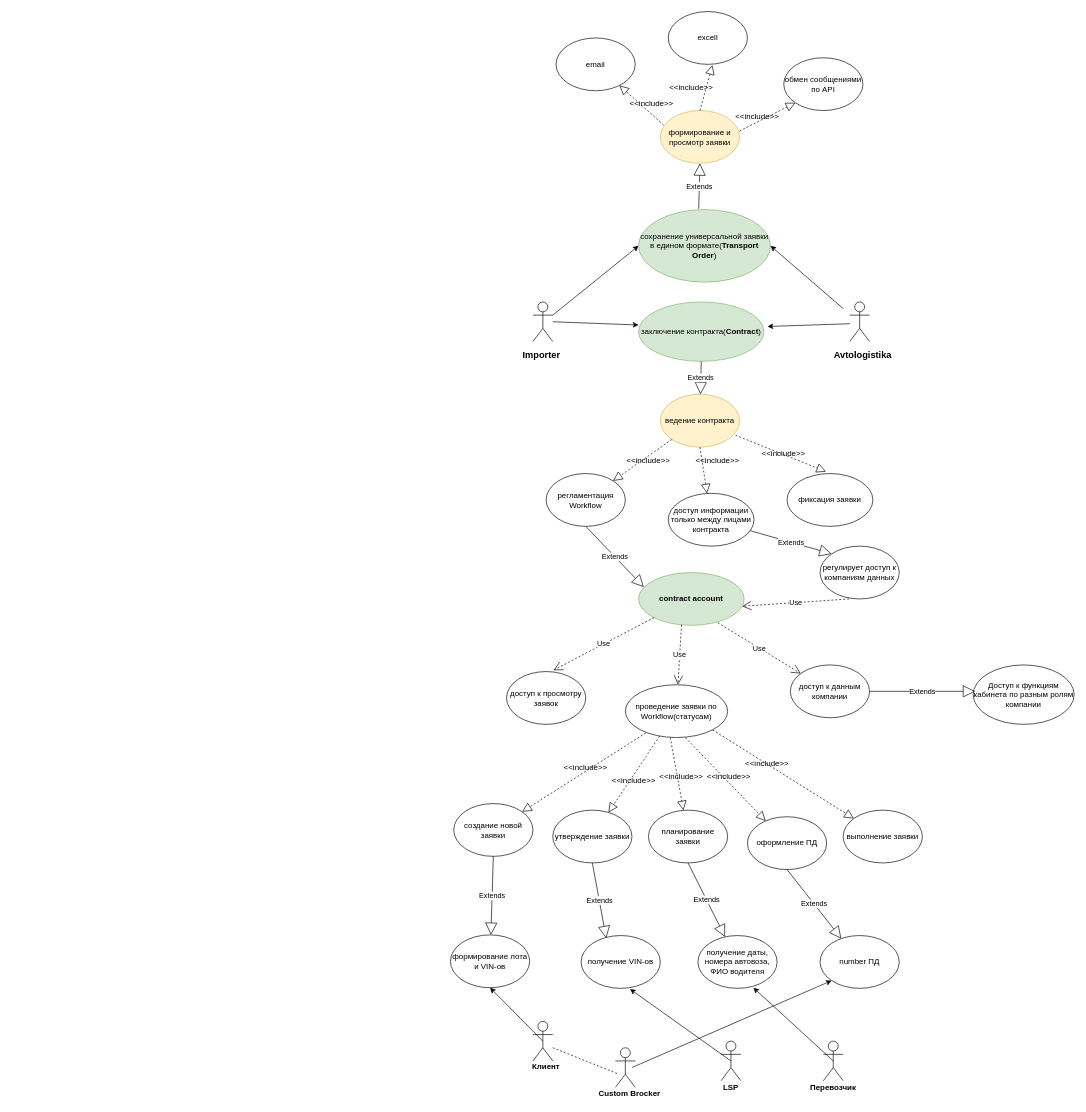
annastazi02/diagrams keeps this draw.io diagram as module diagram.drawio. Above is the earlier version. Source tidied: cells renumbered, new cells numbered last; positions are measured from the earlier drawing's top-left corner, leaving out a move shared by most shapes. Both pictures are drawn from the tidied source at 66%, with x=0, y=0 at pixel (450, 11).
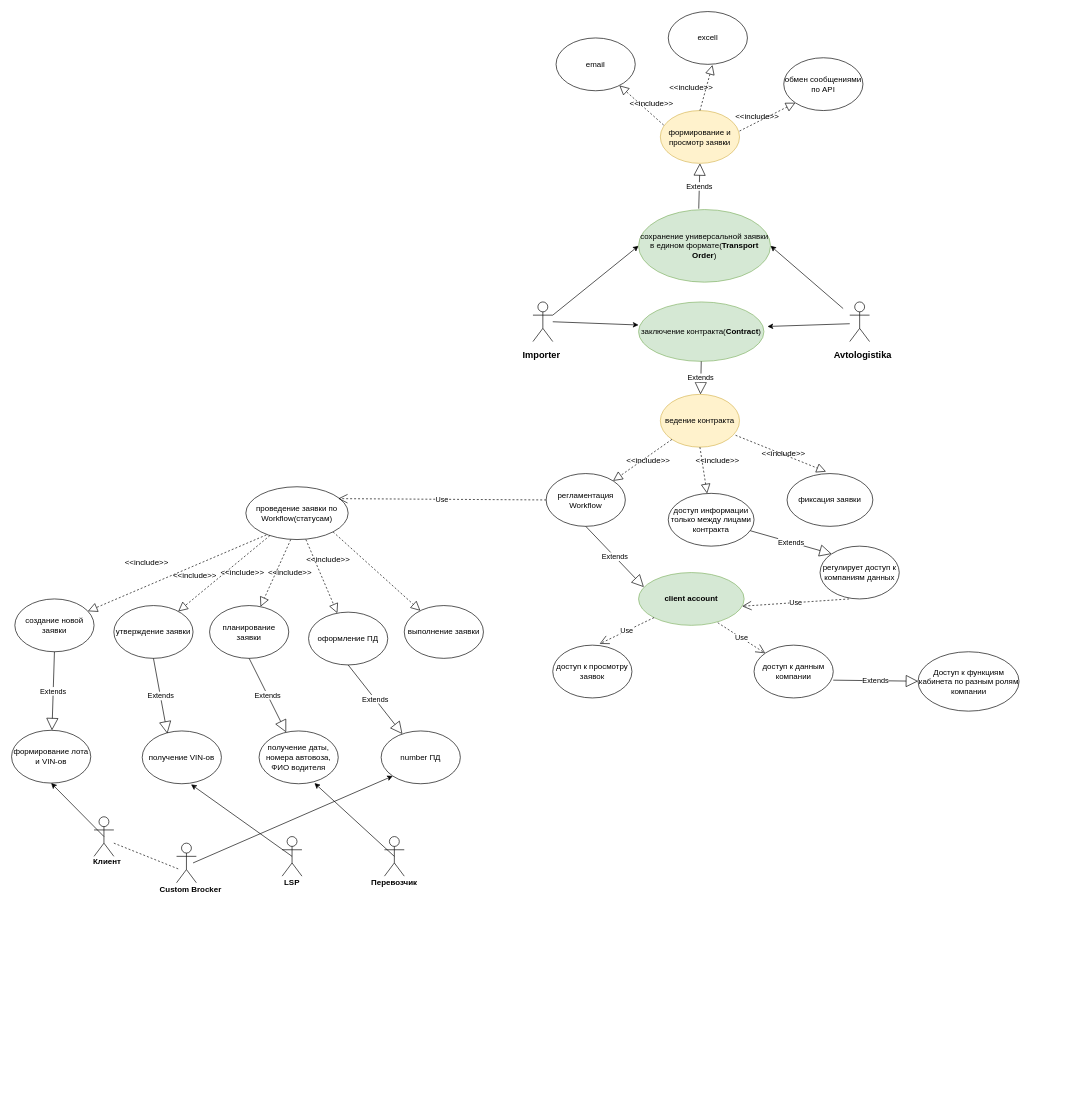
The same diagram, later.

Unchanged cells that the change refers to:
```xml
<mxCell id="10" value="регламентация Workflow" style="ellipse;whiteSpace=wrap;html=1;" parent="1" vertex="1">
  <mxGeometry x="145" y="700" width="120" height="80" as="geometry" />
</mxCell>
```

Change to the diagram source:
```diff
@@
-    <mxCell id="24" value="&lt;b&gt;&lt;font style=&quot;font-size: 12px&quot;&gt;contract account&lt;/font&gt;&lt;/b&gt;" style="ellipse;whiteSpace=wrap;html=1;fillColor=#d5e8d4;strokeColor=#82b366;" parent="1" vertex="1">
+    <mxCell id="24" value="&lt;b&gt;&lt;font style=&quot;font-size: 12px&quot;&gt;client account&lt;/font&gt;&lt;/b&gt;" style="ellipse;whiteSpace=wrap;html=1;fillColor=#d5e8d4;strokeColor=#82b366;" parent="1" vertex="1">
       <mxGeometry x="285" y="850" width="160" height="80" as="geometry" />
     </mxCell>
     <mxCell id="25" value="&lt;span style=&quot;white-space: normal&quot;&gt;проведение заявки по Workflow(статусам)&lt;/span&gt;" style="ellipse;whiteSpace=wrap;html=1;" parent="1" vertex="1">
-      <mxGeometry x="265" y="1020" width="155" height="80" as="geometry" />
+      <mxGeometry x="-310" y="720" width="155" height="80" as="geometry" />
     </mxCell>
@@
     <mxCell id="28" value="доступ к данным компании" style="ellipse;whiteSpace=wrap;html=1;" parent="1" vertex="1">
-      <mxGeometry x="515" y="990" width="120" height="80" as="geometry" />
+      <mxGeometry x="460" y="960" width="120" height="80" as="geometry" />
     </mxCell>
     <mxCell id="29" value="доступ к просмотру заявок" style="ellipse;whiteSpace=wrap;html=1;" parent="1" vertex="1">
-      <mxGeometry x="85" y="1000" width="120" height="80" as="geometry" />
+      <mxGeometry x="155" y="960" width="120" height="80" as="geometry" />
     </mxCell>
@@
-    <mxCell id="32" value="Use" style="endArrow=open;endSize=12;dashed=1;html=1;exitX=0.407;exitY=0.988;exitDx=0;exitDy=0;exitPerimeter=0;" parent="1" edge="1" source="24" target="25">
+    <mxCell id="32" value="Use" style="endArrow=open;endSize=12;dashed=1;html=1;exitX=0;exitY=0.5;exitDx=0;exitDy=0;entryX=0.903;entryY=0.225;entryDx=0;entryDy=0;entryPerimeter=0;" parent="1" edge="1" source="10" target="25">
       <mxGeometry relative="1" as="geometry" />
     </mxCell>
@@
     <mxCell id="40" value="&lt;span style=&quot;white-space: normal&quot;&gt;Доступ к функциям кабинета по разным ролям компании&lt;/span&gt;" style="ellipse;whiteSpace=wrap;html=1;" parent="1" vertex="1">
-      <mxGeometry x="792" y="990" width="153" height="90" as="geometry" />
+      <mxGeometry x="708.5" y="970" width="153" height="90" as="geometry" />
     </mxCell>
-    <mxCell id="41" value="Extends" style="endArrow=block;endSize=16;endFill=0;html=1;" parent="1" edge="1">
-      <mxGeometry relative="1" as="geometry">
-        <mxPoint x="635" y="1030" as="sourcePoint" />
-        <mxPoint x="795" y="1030" as="targetPoint" />
-      </mxGeometry>
+    <mxCell id="41" value="Extends" style="endArrow=block;endSize=16;endFill=0;html=1;exitX=1;exitY=0.663;exitDx=0;exitDy=0;exitPerimeter=0;" parent="1" edge="1" source="28" target="40">
+      <mxGeometry relative="1" as="geometry" />
     </mxCell>
     <mxCell id="42" value="планирование заявки" style="ellipse;whiteSpace=wrap;html=1;" parent="1" vertex="1">
-      <mxGeometry x="300" y="1210" width="120" height="80" as="geometry" />
+      <mxGeometry x="-365" y="900" width="120" height="80" as="geometry" />
     </mxCell>
     <mxCell id="43" value="утверждение заявки" style="ellipse;whiteSpace=wrap;html=1;" parent="1" vertex="1">
-      <mxGeometry x="155" y="1210" width="120" height="80" as="geometry" />
+      <mxGeometry x="-510" y="900" width="120" height="80" as="geometry" />
     </mxCell>
     <mxCell id="44" value="оформление ПД" style="ellipse;whiteSpace=wrap;html=1;" parent="1" vertex="1">
-      <mxGeometry x="450" y="1220" width="120" height="80" as="geometry" />
+      <mxGeometry x="-215" y="910" width="120" height="80" as="geometry" />
     </mxCell>
     <mxCell id="45" value="создание новой заявки" style="ellipse;whiteSpace=wrap;html=1;" parent="1" vertex="1">
-      <mxGeometry x="5" y="1200" width="120" height="80" as="geometry" />
+      <mxGeometry x="-660" y="890" width="120" height="80" as="geometry" />
     </mxCell>
     <mxCell id="46" value="выполнение заявки" style="ellipse;whiteSpace=wrap;html=1;" parent="1" vertex="1">
-      <mxGeometry x="595" y="1210" width="120" height="80" as="geometry" />
+      <mxGeometry x="-70" y="900" width="120" height="80" as="geometry" />
     </mxCell>
@@
     <mxCell id="48" value="Actor" style="shape=umlActor;verticalLabelPosition=bottom;labelBackgroundColor=#ffffff;verticalAlign=top;html=1;noLabel=1;" parent="1" vertex="1">
-      <mxGeometry x="125" y="1530" width="30" height="60" as="geometry" />
+      <mxGeometry x="-540" y="1220" width="30" height="60" as="geometry" />
     </mxCell>
     <mxCell id="49" value="Actor" style="shape=umlActor;verticalLabelPosition=bottom;labelBackgroundColor=#ffffff;verticalAlign=top;html=1;noLabel=1;" parent="1" vertex="1">
-      <mxGeometry x="410" y="1560" width="30" height="60" as="geometry" />
+      <mxGeometry x="-255" y="1250" width="30" height="60" as="geometry" />
     </mxCell>
     <mxCell id="50" value="Actor" style="shape=umlActor;verticalLabelPosition=bottom;labelBackgroundColor=#ffffff;verticalAlign=top;html=1;noLabel=1;" parent="1" vertex="1">
-      <mxGeometry x="565" y="1560" width="30" height="60" as="geometry" />
+      <mxGeometry x="-100" y="1250" width="30" height="60" as="geometry" />
     </mxCell>
     <mxCell id="51" value="&lt;b&gt;Клиент&lt;/b&gt;" style="text;html=1;strokeColor=none;fillColor=none;align=center;verticalAlign=middle;whiteSpace=wrap;rounded=0;" parent="1" vertex="1">
-      <mxGeometry x="95" y="1588" width="100" height="20" as="geometry" />
+      <mxGeometry x="-570" y="1278" width="100" height="20" as="geometry" />
     </mxCell>
     <mxCell id="52" value="&lt;b&gt;LSP&lt;/b&gt;" style="text;html=1;strokeColor=none;fillColor=none;align=center;verticalAlign=middle;whiteSpace=wrap;rounded=0;" parent="1" vertex="1">
-      <mxGeometry x="400" y="1620" width="50" height="20" as="geometry" />
+      <mxGeometry x="-265" y="1310" width="50" height="20" as="geometry" />
     </mxCell>
     <mxCell id="53" value="&lt;b&gt;Перевозчик&lt;/b&gt;" style="text;html=1;strokeColor=none;fillColor=none;align=center;verticalAlign=middle;whiteSpace=wrap;rounded=0;" parent="1" vertex="1">
-      <mxGeometry x="545" y="1620" width="70" height="20" as="geometry" />
+      <mxGeometry x="-120" y="1310" width="70" height="20" as="geometry" />
     </mxCell>
     <mxCell id="54" value="формирование лота и VIN-ов" style="ellipse;whiteSpace=wrap;html=1;" parent="1" vertex="1">
-      <mxGeometry y="1399" width="120" height="80" as="geometry" />
+      <mxGeometry x="-665" y="1089" width="120" height="80" as="geometry" />
     </mxCell>
@@
     <mxCell id="60" value="получение VIN-ов" style="ellipse;whiteSpace=wrap;html=1;" parent="1" vertex="1">
-      <mxGeometry x="198" y="1400" width="120" height="80" as="geometry" />
+      <mxGeometry x="-467" y="1090" width="120" height="80" as="geometry" />
     </mxCell>
@@
     <mxCell id="63" value="получение даты, номера автовоза, ФИО водителя" style="ellipse;whiteSpace=wrap;html=1;" parent="1" vertex="1">
-      <mxGeometry x="375" y="1400" width="120" height="80" as="geometry" />
+      <mxGeometry x="-290" y="1090" width="120" height="80" as="geometry" />
     </mxCell>
@@
     <mxCell id="66" value="Actor" style="shape=umlActor;verticalLabelPosition=bottom;labelBackgroundColor=#ffffff;verticalAlign=top;html=1;noLabel=1;" parent="1" vertex="1">
-      <mxGeometry x="250" y="1570" width="30" height="60" as="geometry" />
+      <mxGeometry x="-415" y="1260" width="30" height="60" as="geometry" />
     </mxCell>
     <mxCell id="67" style="endArrow=none;dashed=1;html=1;" parent="1" edge="1">
       <mxGeometry relative="1" as="geometry">
-        <mxPoint x="155" y="1570" as="sourcePoint" />
-        <mxPoint x="255" y="1610" as="targetPoint" />
+        <mxPoint x="-510" y="1260" as="sourcePoint" />
+        <mxPoint x="-410" y="1300" as="targetPoint" />
       </mxGeometry>
     </mxCell>
     <mxCell id="68" value="&lt;b&gt;Custom Brocker&lt;/b&gt;" style="text;html=1;strokeColor=none;fillColor=none;align=center;verticalAlign=middle;whiteSpace=wrap;rounded=0;" parent="1" vertex="1">
-      <mxGeometry x="218" y="1630" width="107" height="20" as="geometry" />
+      <mxGeometry x="-447" y="1320" width="107" height="20" as="geometry" />
     </mxCell>
     <mxCell id="69" value="number ПД" style="ellipse;whiteSpace=wrap;html=1;" parent="1" vertex="1">
-      <mxGeometry x="560" y="1400" width="120" height="80" as="geometry" />
+      <mxGeometry x="-105" y="1090" width="120" height="80" as="geometry" />
     </mxCell>
@@
     <mxCell id="71" style="endArrow=classic;html=1;entryX=0;entryY=1;entryDx=0;entryDy=0;" parent="1" edge="1" target="69">
       <mxGeometry relative="1" as="geometry">
-        <mxPoint x="275" y="1600" as="sourcePoint" />
+        <mxPoint x="-390" y="1290" as="sourcePoint" />
       </mxGeometry>
     </mxCell>
@@
     <mxCell id="77" value="&amp;lt;&amp;lt;include&amp;gt;&amp;gt;" style="text;html=1;strokeColor=none;fillColor=none;align=center;verticalAlign=middle;whiteSpace=wrap;rounded=0;" parent="1" vertex="1">
-      <mxGeometry x="330" y="1150" width="40" height="20" as="geometry" />
+      <mxGeometry x="-335" y="840" width="40" height="20" as="geometry" />
     </mxCell>
     <mxCell id="78" value="&amp;lt;&amp;lt;include&amp;gt;&amp;gt;" style="text;html=1;strokeColor=none;fillColor=none;align=center;verticalAlign=middle;whiteSpace=wrap;rounded=0;" parent="1" vertex="1">
-      <mxGeometry x="402" y="1150" width="40" height="20" as="geometry" />
+      <mxGeometry x="-263" y="840" width="40" height="20" as="geometry" />
     </mxCell>
     <mxCell id="79" value="&amp;lt;&amp;lt;include&amp;gt;&amp;gt;" style="text;html=1;strokeColor=none;fillColor=none;align=center;verticalAlign=middle;whiteSpace=wrap;rounded=0;" parent="1" vertex="1">
-      <mxGeometry x="460" y="1130" width="40" height="20" as="geometry" />
+      <mxGeometry x="-205" y="820" width="40" height="20" as="geometry" />
     </mxCell>
     <mxCell id="80" value="&amp;lt;&amp;lt;include&amp;gt;&amp;gt;" style="text;html=1;strokeColor=none;fillColor=none;align=center;verticalAlign=middle;whiteSpace=wrap;rounded=0;" parent="1" vertex="1">
-      <mxGeometry x="258" y="1155" width="40" height="20" as="geometry" />
+      <mxGeometry x="-407" y="845" width="40" height="20" as="geometry" />
     </mxCell>
     <mxCell id="81" value="&amp;lt;&amp;lt;include&amp;gt;&amp;gt;" style="text;html=1;strokeColor=none;fillColor=none;align=center;verticalAlign=middle;whiteSpace=wrap;rounded=0;" parent="1" vertex="1">
-      <mxGeometry x="185" y="1135" width="40" height="20" as="geometry" />
+      <mxGeometry x="-480" y="825" width="40" height="20" as="geometry" />
     </mxCell>
```
